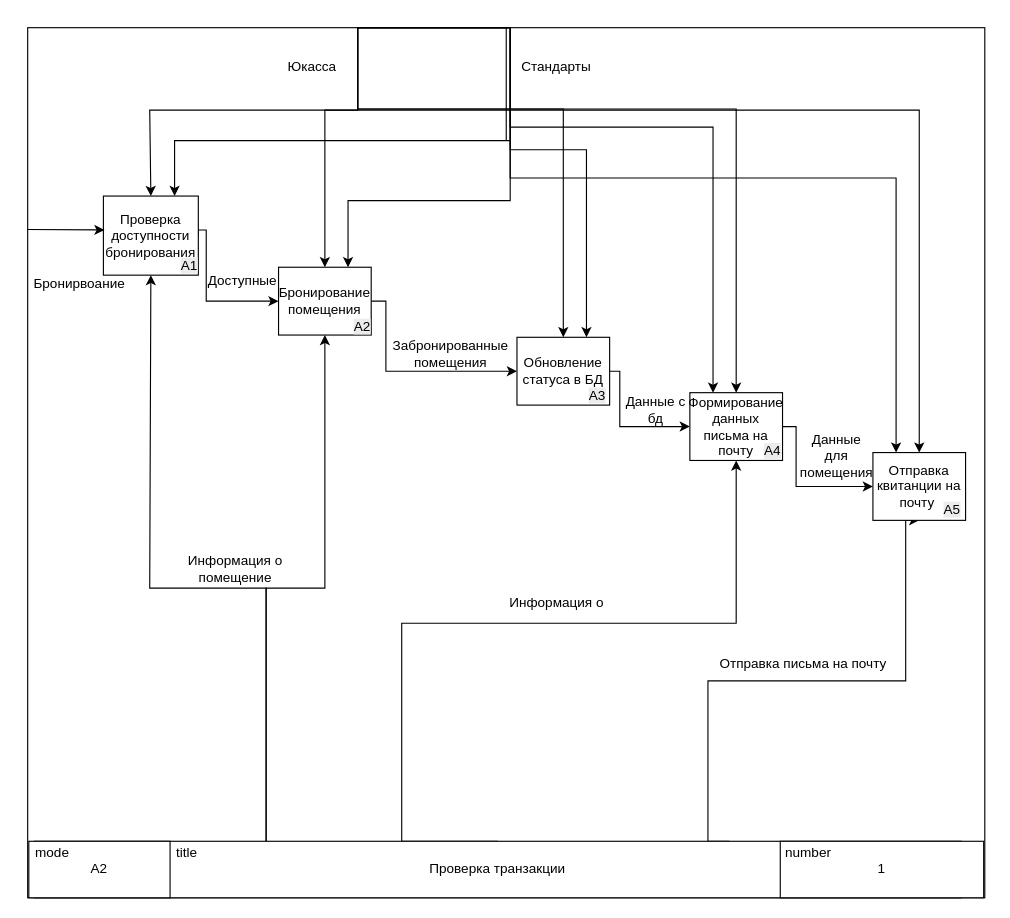
This is Курсовая 2025/Диаграммы/Диаграмма декомпозиций А2.drawio from Honeysuckle52/interior, a draw.io file, before an edit. Source tidied: cells renumbered, new cells numbered last; positions are measured from the earlier drawing's top-left corner, leaving out a move shared by most shapes. Both pictures are drawn from the tidied source at 113%, with x=0, y=0 at pixel (27, 27).
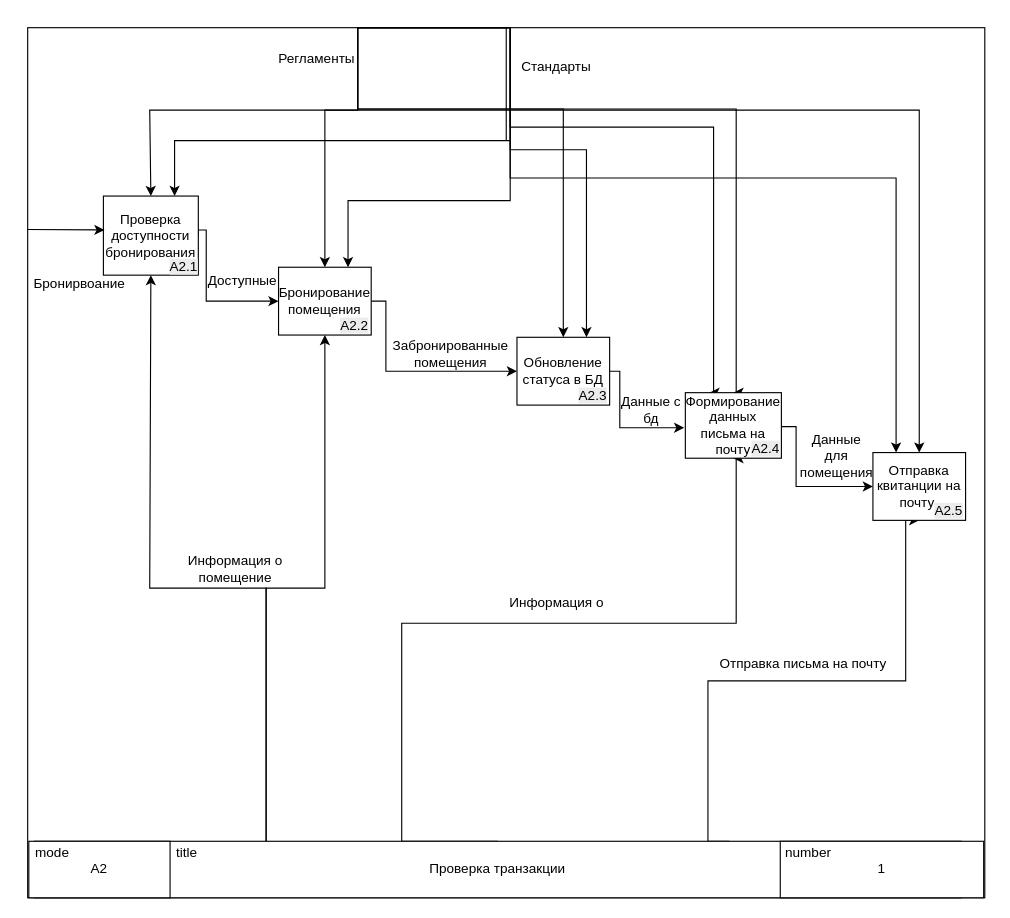
After the change.

Unchanged cells that the change refers to:
```xml
<mxCell id="28" value="Обновление статуса в БД" style="rounded=0;whiteSpace=wrap;html=1;" parent="1" vertex="1">
  <mxGeometry x="433" y="274" width="82" height="60" as="geometry" />
</mxCell>
```

Change to the diagram source:
```diff
@@
-    <mxCell id="27" style="edgeStyle=orthogonalEdgeStyle;rounded=0;jettySize=auto;html=1;exitX=1;exitY=0.5;exitDx=0;exitDy=0;entryX=0;entryY=0.5;entryDx=0;entryDy=0;" parent="1" edge="1" source="28" target="30">
+    <mxCell id="27" style="edgeStyle=orthogonalEdgeStyle;rounded=0;jettySize=auto;html=1;exitX=1;exitY=0.5;exitDx=0;exitDy=0;" parent="1" edge="1" source="28">
       <mxGeometry relative="1" as="geometry">
+        <mxPoint x="581" y="354" as="targetPoint" />
         <Array as="points">
           <mxPoint x="524" y="304" />
-          <mxPoint x="524" y="353" />
+          <mxPoint x="524" y="354" />
         </Array>
       </mxGeometry>
     </mxCell>
@@
     <mxCell id="30" value="Формирование данных письма на почту" style="rounded=0;whiteSpace=wrap;html=1;" parent="1" vertex="1">
-      <mxGeometry x="586" y="323" width="82" height="60" as="geometry" />
+      <mxGeometry x="582" y="323" width="85" height="58" as="geometry" />
     </mxCell>
@@
     <mxCell id="36" value="Данные с бд" style="text;html=1;align=center;verticalAlign=middle;whiteSpace=wrap;rounded=0;" parent="1" vertex="1">
-      <mxGeometry x="526" y="323" width="60" height="30" as="geometry" />
+      <mxGeometry x="522" y="323" width="60" height="30" as="geometry" />
     </mxCell>
@@
-    <mxCell id="40" value="Юкасса" style="text;html=1;align=center;verticalAlign=middle;whiteSpace=wrap;rounded=0;" parent="1" vertex="1">
-      <mxGeometry x="222" y="20" width="60" height="30" as="geometry" />
+    <mxCell id="40" value="Регламенты" style="text;html=1;align=center;verticalAlign=middle;whiteSpace=wrap;rounded=0;" parent="1" vertex="1">
+      <mxGeometry x="226" y="13" width="60" height="30" as="geometry" />
     </mxCell>
@@
-    <mxCell id="43" value="&lt;span style=&quot;color: rgb(0, 0, 0); font-family: Helvetica; font-size: 12px; font-style: normal; font-variant-ligatures: normal; font-variant-caps: normal; font-weight: 400; letter-spacing: normal; orphans: 2; text-align: center; text-indent: 0px; text-transform: none; widows: 2; word-spacing: 0px; -webkit-text-stroke-width: 0px; white-space: normal; background-color: rgb(236, 236, 236); text-decoration-thickness: initial; text-decoration-style: initial; text-decoration-color: initial; float: none; display: inline !important;&quot;&gt;А1&lt;/span&gt;&lt;div&gt;&lt;span style=&quot;color: rgb(0, 0, 0); font-family: Helvetica; font-size: 12px; font-style: normal; font-variant-ligatures: normal; font-variant-caps: normal; font-weight: 400; letter-spacing: normal; orphans: 2; text-align: center; text-indent: 0px; text-transform: none; widows: 2; word-spacing: 0px; -webkit-text-stroke-width: 0px; white-space: normal; background-color: rgb(236, 236, 236); text-decoration-thickness: initial; text-decoration-style: initial; text-decoration-color: initial; float: none; display: inline !important;&quot;&gt;&lt;br&gt;&lt;/span&gt;&lt;/div&gt;" style="text;whiteSpace=wrap;html=1;" parent="1" vertex="1">
-      <mxGeometry x="134" y="197" width="43" height="36" as="geometry" />
+    <mxCell id="43" value="&lt;span style=&quot;color: rgb(0, 0, 0); font-family: Helvetica; font-size: 12px; font-style: normal; font-variant-ligatures: normal; font-variant-caps: normal; font-weight: 400; letter-spacing: normal; orphans: 2; text-align: center; text-indent: 0px; text-transform: none; widows: 2; word-spacing: 0px; -webkit-text-stroke-width: 0px; white-space: normal; background-color: rgb(236, 236, 236); text-decoration-thickness: initial; text-decoration-style: initial; text-decoration-color: initial; float: none; display: inline !important;&quot;&gt;А2.1&lt;/span&gt;" style="text;whiteSpace=wrap;html=1;" parent="1" vertex="1">
+      <mxGeometry x="124" y="198" width="43" height="36" as="geometry" />
     </mxCell>
-    <mxCell id="44" value="&lt;span style=&quot;color: rgb(0, 0, 0); font-family: Helvetica; font-size: 12px; font-style: normal; font-variant-ligatures: normal; font-variant-caps: normal; font-weight: 400; letter-spacing: normal; orphans: 2; text-align: center; text-indent: 0px; text-transform: none; widows: 2; word-spacing: 0px; -webkit-text-stroke-width: 0px; white-space: normal; background-color: rgb(236, 236, 236); text-decoration-thickness: initial; text-decoration-style: initial; text-decoration-color: initial; display: inline !important; float: none;&quot;&gt;А2&lt;/span&gt;" style="text;whiteSpace=wrap;html=1;" parent="1" vertex="1">
-      <mxGeometry x="287" y="251" width="43" height="36" as="geometry" />
+    <mxCell id="44" value="&lt;span style=&quot;color: rgb(0, 0, 0); font-family: Helvetica; font-size: 12px; font-style: normal; font-variant-ligatures: normal; font-variant-caps: normal; font-weight: 400; letter-spacing: normal; orphans: 2; text-align: center; text-indent: 0px; text-transform: none; widows: 2; word-spacing: 0px; -webkit-text-stroke-width: 0px; white-space: normal; background-color: rgb(236, 236, 236); text-decoration-thickness: initial; text-decoration-style: initial; text-decoration-color: initial; float: none; display: inline !important;&quot;&gt;А2.2&lt;/span&gt;" style="text;whiteSpace=wrap;html=1;" parent="1" vertex="1">
+      <mxGeometry x="275" y="250" width="43" height="36" as="geometry" />
     </mxCell>
-    <mxCell id="45" value="&lt;span style=&quot;color: rgb(0, 0, 0); font-family: Helvetica; font-size: 12px; font-style: normal; font-variant-ligatures: normal; font-variant-caps: normal; font-weight: 400; letter-spacing: normal; orphans: 2; text-align: center; text-indent: 0px; text-transform: none; widows: 2; word-spacing: 0px; -webkit-text-stroke-width: 0px; white-space: normal; background-color: rgb(236, 236, 236); text-decoration-thickness: initial; text-decoration-style: initial; text-decoration-color: initial; float: none; display: inline !important;&quot;&gt;А3&lt;/span&gt;&lt;div&gt;&lt;span style=&quot;color: rgb(0, 0, 0); font-family: Helvetica; font-size: 12px; font-style: normal; font-variant-ligatures: normal; font-variant-caps: normal; font-weight: 400; letter-spacing: normal; orphans: 2; text-align: center; text-indent: 0px; text-transform: none; widows: 2; word-spacing: 0px; -webkit-text-stroke-width: 0px; white-space: normal; background-color: rgb(236, 236, 236); text-decoration-thickness: initial; text-decoration-style: initial; text-decoration-color: initial; float: none; display: inline !important;&quot;&gt;&lt;br&gt;&lt;/span&gt;&lt;/div&gt;" style="text;whiteSpace=wrap;html=1;" parent="1" vertex="1">
-      <mxGeometry x="495" y="312" width="43" height="36" as="geometry" />
+    <mxCell id="45" value="&lt;span style=&quot;color: rgb(0, 0, 0); font-family: Helvetica; font-size: 12px; font-style: normal; font-variant-ligatures: normal; font-variant-caps: normal; font-weight: 400; letter-spacing: normal; orphans: 2; text-align: center; text-indent: 0px; text-transform: none; widows: 2; word-spacing: 0px; -webkit-text-stroke-width: 0px; white-space: normal; background-color: rgb(236, 236, 236); text-decoration-thickness: initial; text-decoration-style: initial; text-decoration-color: initial; float: none; display: inline !important;&quot;&gt;А2.3&lt;/span&gt;" style="text;whiteSpace=wrap;html=1;" parent="1" vertex="1">
+      <mxGeometry x="486" y="312" width="43" height="36" as="geometry" />
     </mxCell>
-    <mxCell id="46" value="&lt;span style=&quot;color: rgb(0, 0, 0); font-family: Helvetica; font-size: 12px; font-style: normal; font-variant-ligatures: normal; font-variant-caps: normal; font-weight: 400; letter-spacing: normal; orphans: 2; text-align: center; text-indent: 0px; text-transform: none; widows: 2; word-spacing: 0px; -webkit-text-stroke-width: 0px; white-space: normal; background-color: rgb(236, 236, 236); text-decoration-thickness: initial; text-decoration-style: initial; text-decoration-color: initial; float: none; display: inline !important;&quot;&gt;А4&lt;/span&gt;&lt;div&gt;&lt;span style=&quot;color: rgb(0, 0, 0); font-family: Helvetica; font-size: 12px; font-style: normal; font-variant-ligatures: normal; font-variant-caps: normal; font-weight: 400; letter-spacing: normal; orphans: 2; text-align: center; text-indent: 0px; text-transform: none; widows: 2; word-spacing: 0px; -webkit-text-stroke-width: 0px; white-space: normal; background-color: rgb(236, 236, 236); text-decoration-thickness: initial; text-decoration-style: initial; text-decoration-color: initial; float: none; display: inline !important;&quot;&gt;&lt;br&gt;&lt;/span&gt;&lt;/div&gt;" style="text;whiteSpace=wrap;html=1;" parent="1" vertex="1">
-      <mxGeometry x="650" y="361" width="43" height="36" as="geometry" />
+    <mxCell id="46" value="&lt;span style=&quot;color: rgb(0, 0, 0); font-family: Helvetica; font-size: 12px; font-style: normal; font-variant-ligatures: normal; font-variant-caps: normal; font-weight: 400; letter-spacing: normal; orphans: 2; text-align: center; text-indent: 0px; text-transform: none; widows: 2; word-spacing: 0px; -webkit-text-stroke-width: 0px; white-space: normal; background-color: rgb(236, 236, 236); text-decoration-thickness: initial; text-decoration-style: initial; text-decoration-color: initial; float: none; display: inline !important;&quot;&gt;А2.4&lt;/span&gt;" style="text;whiteSpace=wrap;html=1;" parent="1" vertex="1">
+      <mxGeometry x="639" y="359" width="37" height="30" as="geometry" />
     </mxCell>
-    <mxCell id="47" value="&lt;span style=&quot;color: rgb(0, 0, 0); font-family: Helvetica; font-size: 12px; font-style: normal; font-variant-ligatures: normal; font-variant-caps: normal; font-weight: 400; letter-spacing: normal; orphans: 2; text-align: center; text-indent: 0px; text-transform: none; widows: 2; word-spacing: 0px; -webkit-text-stroke-width: 0px; white-space: normal; background-color: rgb(236, 236, 236); text-decoration-thickness: initial; text-decoration-style: initial; text-decoration-color: initial; float: none; display: inline !important;&quot;&gt;А5&lt;/span&gt;&lt;div&gt;&lt;span style=&quot;color: rgb(0, 0, 0); font-family: Helvetica; font-size: 12px; font-style: normal; font-variant-ligatures: normal; font-variant-caps: normal; font-weight: 400; letter-spacing: normal; orphans: 2; text-align: center; text-indent: 0px; text-transform: none; widows: 2; word-spacing: 0px; -webkit-text-stroke-width: 0px; white-space: normal; background-color: rgb(236, 236, 236); text-decoration-thickness: initial; text-decoration-style: initial; text-decoration-color: initial; float: none; display: inline !important;&quot;&gt;&lt;br&gt;&lt;/span&gt;&lt;/div&gt;" style="text;whiteSpace=wrap;html=1;" parent="1" vertex="1">
-      <mxGeometry x="809" y="413" width="43" height="36" as="geometry" />
+    <mxCell id="47" value="&lt;span style=&quot;color: rgb(0, 0, 0); font-family: Helvetica; font-size: 12px; font-style: normal; font-variant-ligatures: normal; font-variant-caps: normal; font-weight: 400; letter-spacing: normal; orphans: 2; text-align: center; text-indent: 0px; text-transform: none; widows: 2; word-spacing: 0px; -webkit-text-stroke-width: 0px; white-space: normal; background-color: rgb(236, 236, 236); text-decoration-thickness: initial; text-decoration-style: initial; text-decoration-color: initial; float: none; display: inline !important;&quot;&gt;А2.5&lt;/span&gt;&lt;div&gt;&lt;span style=&quot;color: rgb(0, 0, 0); font-family: Helvetica; font-size: 12px; font-style: normal; font-variant-ligatures: normal; font-variant-caps: normal; font-weight: 400; letter-spacing: normal; orphans: 2; text-align: center; text-indent: 0px; text-transform: none; widows: 2; word-spacing: 0px; -webkit-text-stroke-width: 0px; white-space: normal; background-color: rgb(236, 236, 236); text-decoration-thickness: initial; text-decoration-style: initial; text-decoration-color: initial; float: none; display: inline !important;&quot;&gt;&lt;br&gt;&lt;/span&gt;&lt;/div&gt;" style="text;whiteSpace=wrap;html=1;" parent="1" vertex="1">
+      <mxGeometry x="801" y="414" width="43" height="36" as="geometry" />
     </mxCell>
```
